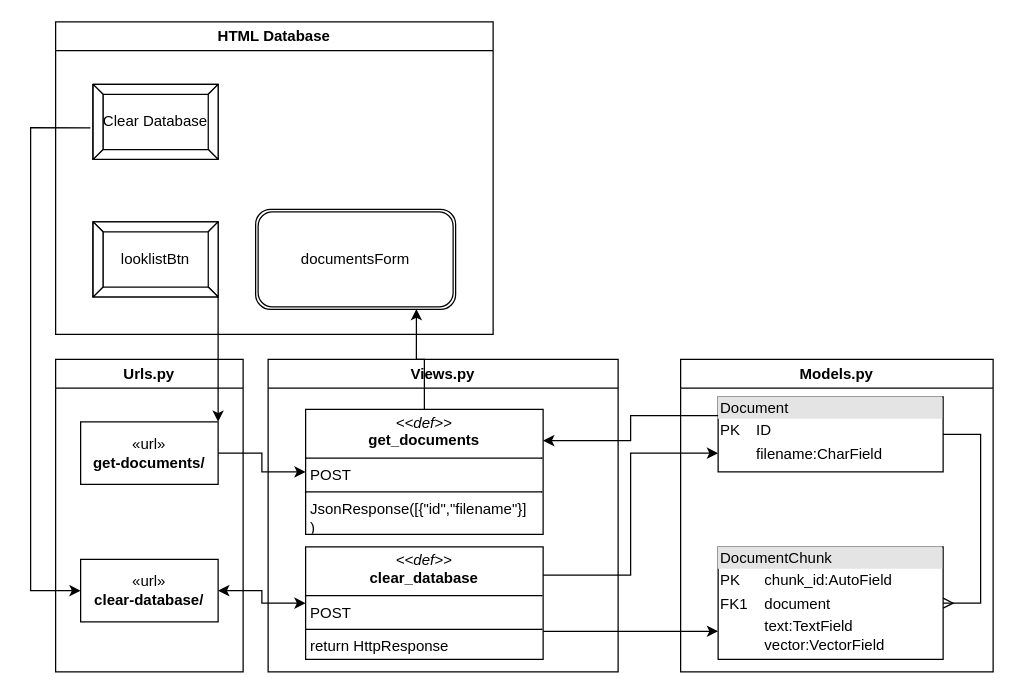
rabbliiton/cs21_flowchart keeps this draw.io diagram as page "Database_list" (2 of 3) of Database management page.drawio. Above is the earlier version. Source tidied: cells renumbered, new cells numbered last; positions are measured from the earlier drawing's top-left corner, leaving out a move shared by most shapes. Both pictures are drawn from the tidied source at 125%, with x=0, y=0 at pixel (30, 21).
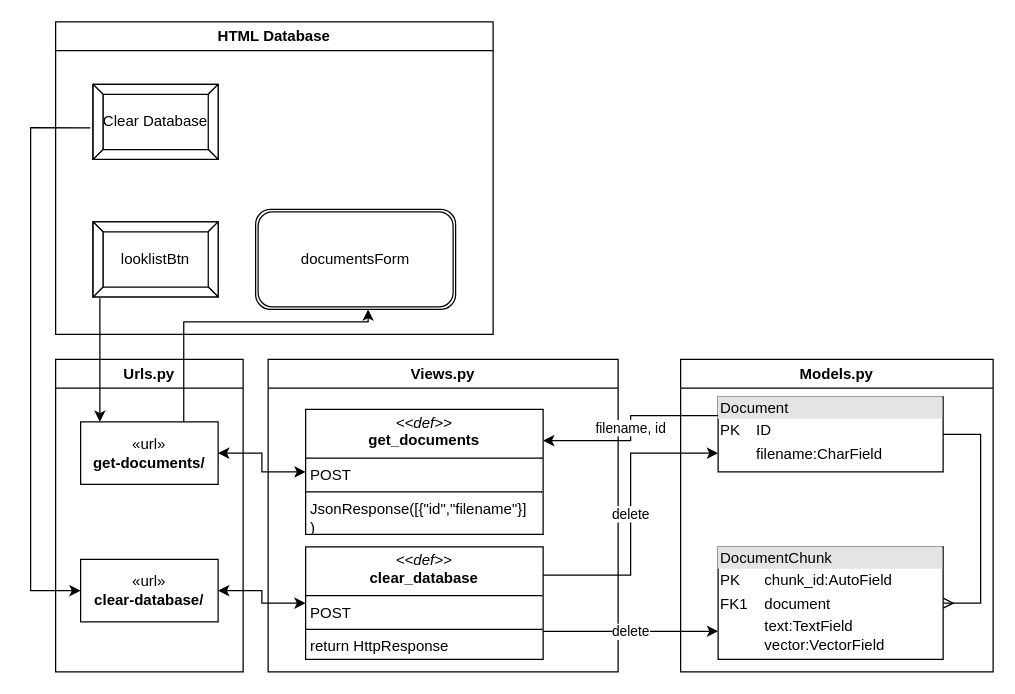
The same page after the edit.

The change refers to these unchanged cells:
```xml
<mxCell id="4" value="&lt;div style=&quot;box-sizing:border-box;width:100%;background:#e4e4e4;padding:2px;&quot;&gt;Document&lt;/div&gt;&lt;table style=&quot;width:100%;font-size:1em;&quot; cellpadding=&quot;2&quot; cellspacing=&quot;0&quot;&gt;&lt;tbody&gt;&lt;tr&gt;&lt;td&gt;PK&lt;/td&gt;&lt;td&gt;ID&lt;/td&gt;&lt;/tr&gt;&lt;tr&gt;&lt;td&gt;&lt;br&gt;&lt;/td&gt;&lt;td&gt;filename:CharField&lt;br&gt;&lt;/td&gt;&lt;/tr&gt;&lt;tr&gt;&lt;td&gt;&lt;br&gt;&lt;/td&gt;&lt;td&gt;&lt;br&gt;&lt;/td&gt;&lt;/tr&gt;&lt;/tbody&gt;&lt;/table&gt;" style="verticalAlign=top;align=left;overflow=fill;html=1;whiteSpace=wrap;" parent="3" vertex="1">
  <mxGeometry width="180" height="60" as="geometry" />
</mxCell>
<mxCell id="5" value="&lt;div style=&quot;box-sizing:border-box;width:100%;background:#e4e4e4;padding:2px;&quot;&gt;DocumentChunk&lt;br&gt;&lt;/div&gt;&lt;table style=&quot;width:100%;font-size:1em;&quot; cellpadding=&quot;2&quot; cellspacing=&quot;0&quot;&gt;&lt;tbody&gt;&lt;tr&gt;&lt;td&gt;PK&lt;/td&gt;&lt;td&gt;chunk_id:AutoField&lt;br&gt;&lt;/td&gt;&lt;/tr&gt;&lt;tr&gt;&lt;td&gt;FK1&lt;/td&gt;&lt;td&gt;document&lt;/td&gt;&lt;/tr&gt;&lt;tr&gt;&lt;td&gt;&lt;/td&gt;&lt;td&gt;text:TextField&lt;br&gt;vector:VectorField&lt;br&gt;&lt;/td&gt;&lt;/tr&gt;&lt;/tbody&gt;&lt;/table&gt;" style="verticalAlign=top;align=left;overflow=fill;html=1;whiteSpace=wrap;" parent="3" vertex="1">
  <mxGeometry y="120" width="180" height="90" as="geometry" />
</mxCell>
<mxCell id="8" value="&lt;p style=&quot;margin:0px;margin-top:4px;text-align:center;&quot;&gt;&lt;i&gt;&amp;lt;&amp;lt;def&amp;gt;&amp;gt;&lt;/i&gt;&lt;br&gt;&lt;b&gt;get_documents&lt;/b&gt;&lt;br&gt;&lt;/p&gt;&lt;hr size=&quot;1&quot; style=&quot;border-style:solid;&quot;&gt;&lt;p style=&quot;margin:0px;margin-left:4px;&quot;&gt;POST&lt;/p&gt;&lt;hr size=&quot;1&quot; style=&quot;border-style:solid;&quot;&gt;&lt;p style=&quot;margin:0px;margin-left:4px;&quot;&gt;JsonResponse([{&quot;id&quot;,&quot;filename&quot;}]&lt;/p&gt;&lt;p style=&quot;margin:0px;margin-left:4px;&quot;&gt;)&lt;/p&gt;" style="verticalAlign=top;align=left;overflow=fill;html=1;whiteSpace=wrap;" parent="7" vertex="1">
  <mxGeometry x="30" y="40" width="190" height="100" as="geometry" />
</mxCell>
<mxCell id="9" value="&lt;p style=&quot;margin:0px;margin-top:4px;text-align:center;&quot;&gt;&lt;i&gt;&amp;lt;&amp;lt;def&amp;gt;&amp;gt;&lt;/i&gt;&lt;br&gt;&lt;b&gt;clear_database&lt;/b&gt;&lt;br&gt;&lt;/p&gt;&lt;hr size=&quot;1&quot; style=&quot;border-style:solid;&quot;&gt;&lt;p style=&quot;margin:0px;margin-left:4px;&quot;&gt;POST&lt;/p&gt;&lt;hr size=&quot;1&quot; style=&quot;border-style:solid;&quot;&gt;&lt;p style=&quot;margin:0px;margin-left:4px;&quot;&gt;&lt;span style=&quot;background-color: initial;&quot;&gt;return HttpResponse&lt;/span&gt;&lt;br&gt;&lt;/p&gt;" style="verticalAlign=top;align=left;overflow=fill;html=1;whiteSpace=wrap;" parent="7" vertex="1">
  <mxGeometry x="30" y="150" width="190" height="90" as="geometry" />
</mxCell>
<mxCell id="12" value="«url»&lt;br&gt;&lt;b&gt;get-documents/&lt;/b&gt;" style="html=1;whiteSpace=wrap;" parent="10" vertex="1">
  <mxGeometry x="20" y="50" width="110" height="50" as="geometry" />
</mxCell>
<mxCell id="15" value="documentsForm" style="shape=ext;double=1;rounded=1;whiteSpace=wrap;html=1;" parent="13" vertex="1">
  <mxGeometry x="160" y="150" width="160" height="80" as="geometry" />
</mxCell>
<mxCell id="16" value="looklistBtn" style="labelPosition=center;verticalLabelPosition=middle;align=center;html=1;shape=mxgraph.basic.button;dx=7.9;whiteSpace=wrap;" parent="13" vertex="1">
  <mxGeometry x="30" y="160" width="100" height="60" as="geometry" />
</mxCell>
```

The edit, as a diff of the source:
```diff
@@
-    <mxCell id="19" style="edgeStyle=orthogonalEdgeStyle;rounded=0;jettySize=auto;html=1;exitX=1;exitY=0.25;exitDx=0;exitDy=0;entryX=0;entryY=0.75;entryDx=0;entryDy=0;" parent="1" edge="1" source="9" target="4">
+    <mxCell id="19" value="delete" style="edgeStyle=orthogonalEdgeStyle;rounded=0;jettySize=auto;html=1;exitX=1;exitY=0.25;exitDx=0;exitDy=0;entryX=0;entryY=0.75;entryDx=0;entryDy=0;" parent="1" edge="1" source="9" target="4">
       <mxGeometry relative="1" as="geometry" />
     </mxCell>
-    <mxCell id="20" style="edgeStyle=orthogonalEdgeStyle;rounded=0;jettySize=auto;html=1;exitX=1;exitY=0.75;exitDx=0;exitDy=0;entryX=0;entryY=0.75;entryDx=0;entryDy=0;" parent="1" edge="1" source="9" target="5">
+    <mxCell id="20" value="delete" style="edgeStyle=orthogonalEdgeStyle;rounded=0;jettySize=auto;html=1;exitX=1;exitY=0.75;exitDx=0;exitDy=0;entryX=0;entryY=0.75;entryDx=0;entryDy=0;" parent="1" edge="1" source="9" target="5">
       <mxGeometry relative="1" as="geometry" />
     </mxCell>
-    <mxCell id="21" style="edgeStyle=orthogonalEdgeStyle;rounded=0;jettySize=auto;html=1;" parent="1" edge="1" source="16" target="12">
+    <mxCell id="21" style="edgeStyle=orthogonalEdgeStyle;rounded=0;jettySize=auto;html=1;exitX=0.054;exitY=1.018;exitDx=0;exitDy=0;exitPerimeter=0;" parent="1" edge="1" source="16" target="12">
       <mxGeometry relative="1" as="geometry">
         <Array as="points">
-          <mxPoint x="150" y="300" />
-          <mxPoint x="150" y="300" />
+          <mxPoint x="55" y="270" />
+          <mxPoint x="55" y="270" />
         </Array>
       </mxGeometry>
     </mxCell>
-    <mxCell id="22" style="edgeStyle=orthogonalEdgeStyle;rounded=0;jettySize=auto;html=1;exitX=1;exitY=0.5;exitDx=0;exitDy=0;" parent="1" edge="1" source="12" target="8">
+    <mxCell id="22" style="edgeStyle=orthogonalEdgeStyle;rounded=0;jettySize=auto;html=1;exitX=1;exitY=0.5;exitDx=0;exitDy=0;startArrow=classic;startFill=1;" parent="1" edge="1" source="12" target="8">
       <mxGeometry relative="1" as="geometry" />
     </mxCell>
-    <mxCell id="23" style="edgeStyle=orthogonalEdgeStyle;rounded=0;jettySize=auto;html=1;exitX=0.5;exitY=0;exitDx=0;exitDy=0;entryX=0.804;entryY=0.997;entryDx=0;entryDy=0;entryPerimeter=0;" parent="1" edge="1" source="8" target="15">
-      <mxGeometry relative="1" as="geometry" />
+    <mxCell id="23" style="edgeStyle=orthogonalEdgeStyle;rounded=0;jettySize=auto;html=1;exitX=0.75;exitY=0;exitDx=0;exitDy=0;" parent="1" edge="1" source="12">
+      <mxGeometry relative="1" as="geometry">
+        <mxPoint x="270" y="230" as="targetPoint" />
+        <Array as="points">
+          <mxPoint x="123" y="240" />
+          <mxPoint x="270" y="240" />
+        </Array>
+      </mxGeometry>
     </mxCell>
-    <mxCell id="24" style="edgeStyle=orthogonalEdgeStyle;rounded=0;jettySize=auto;html=1;exitX=0;exitY=0.25;exitDx=0;exitDy=0;entryX=1;entryY=0.25;entryDx=0;entryDy=0;" parent="1" edge="1" source="4" target="8">
+    <mxCell id="24" value="filename, id" style="edgeStyle=orthogonalEdgeStyle;rounded=0;jettySize=auto;html=1;exitX=0;exitY=0.25;exitDx=0;exitDy=0;entryX=1;entryY=0.25;entryDx=0;entryDy=0;" parent="1" edge="1" source="4" target="8">
       <mxGeometry relative="1" as="geometry" />
     </mxCell>
```
